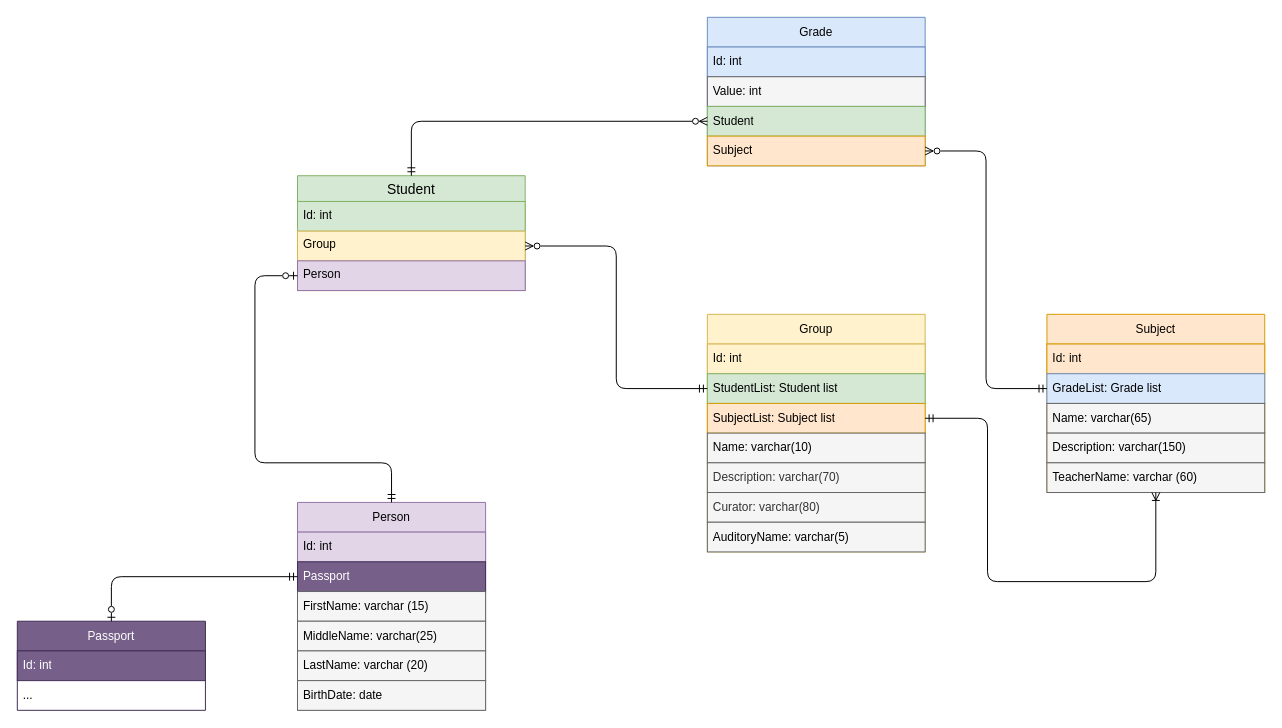
Earlier version of the draw.io diagram docs/Diagrams/ER-Studium (1 step).drawio (fokstal/Studium). Source tidied: cells renumbered, new cells numbered last; positions are measured from the earlier drawing's top-left corner, leaving out a move shared by most shapes. Both pictures are drawn from the tidied source at 99%, with x=0, y=0 at pixel (17, 17).
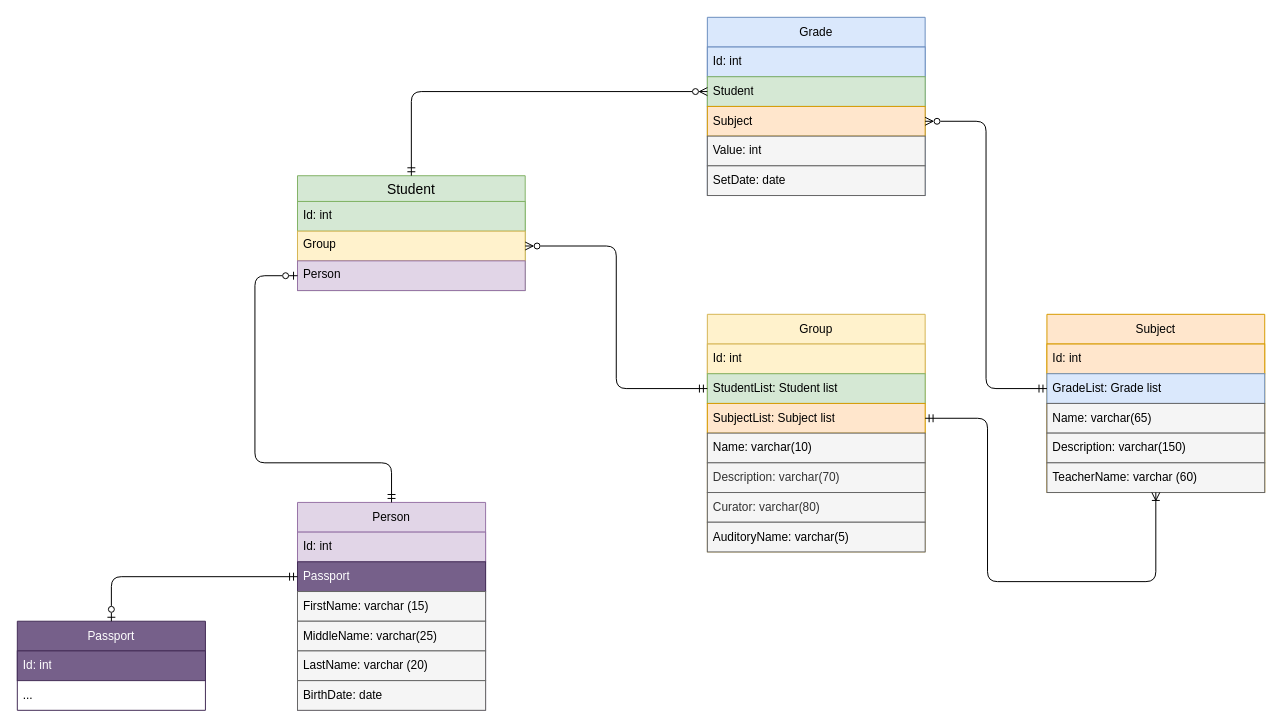
The same diagram, later.

Commit message (it also covers changes not shown here):
feat: add Prop SetDate to Grade (Sat, 13.04.24 4:20 PM)

Change to the diagram source:
```diff
@@
     <mxCell id="34" value="Grade" style="swimlane;fontStyle=0;horizontal=1;startSize=30;whiteSpace=wrap;html=1;fillColor=#dae8fc;strokeColor=#6c8ebf;" parent="1" vertex="1">
-      <mxGeometry x="697" width="220" height="150" as="geometry" />
+      <mxGeometry x="697" width="220" height="180" as="geometry" />
     </mxCell>
@@
-    <mxCell id="36" value="Value: int" style="text;align=left;verticalAlign=middle;spacingLeft=4;spacingRight=4;overflow=hidden;whiteSpace=wrap;html=1;fillColor=#f5f5f5;fontColor=#000000;strokeColor=#666666;" parent="34" vertex="1">
-      <mxGeometry y="60" width="220" height="30" as="geometry" />
-    </mxCell>
     <mxCell id="37" value="Student" style="text;strokeColor=#82b366;fillColor=#d5e8d4;align=left;verticalAlign=middle;spacingLeft=4;spacingRight=4;overflow=hidden;points=[[0,0.5],[1,0.5]];portConstraint=eastwest;whiteSpace=wrap;html=1;" parent="34" vertex="1">
-      <mxGeometry y="90" width="220" height="30" as="geometry" />
+      <mxGeometry y="60" width="220" height="30" as="geometry" />
     </mxCell>
     <mxCell id="38" value="Subject" style="text;strokeColor=#d79b00;fillColor=#ffe6cc;align=left;verticalAlign=middle;spacingLeft=4;spacingRight=4;overflow=hidden;points=[[0,0.5],[1,0.5]];portConstraint=eastwest;whiteSpace=wrap;html=1;" parent="34" vertex="1">
-      <mxGeometry y="120" width="220" height="30" as="geometry" />
+      <mxGeometry y="90" width="220" height="30" as="geometry" />
     </mxCell>
+    <mxCell id="36" value="Value: int" style="text;align=left;verticalAlign=middle;spacingLeft=4;spacingRight=4;overflow=hidden;whiteSpace=wrap;html=1;fillColor=#f5f5f5;fontColor=#000000;strokeColor=#666666;" parent="34" vertex="1">
+      <mxGeometry y="120" width="220" height="30" as="geometry" />
+    </mxCell>
+    <mxCell id="41" value="SetDate: date" style="text;align=left;verticalAlign=middle;spacingLeft=4;spacingRight=4;overflow=hidden;whiteSpace=wrap;html=1;fillColor=#f5f5f5;fontColor=#000000;strokeColor=#666666;" parent="34" vertex="1">
+      <mxGeometry y="150" width="220" height="30" as="geometry" />
+    </mxCell>
```
